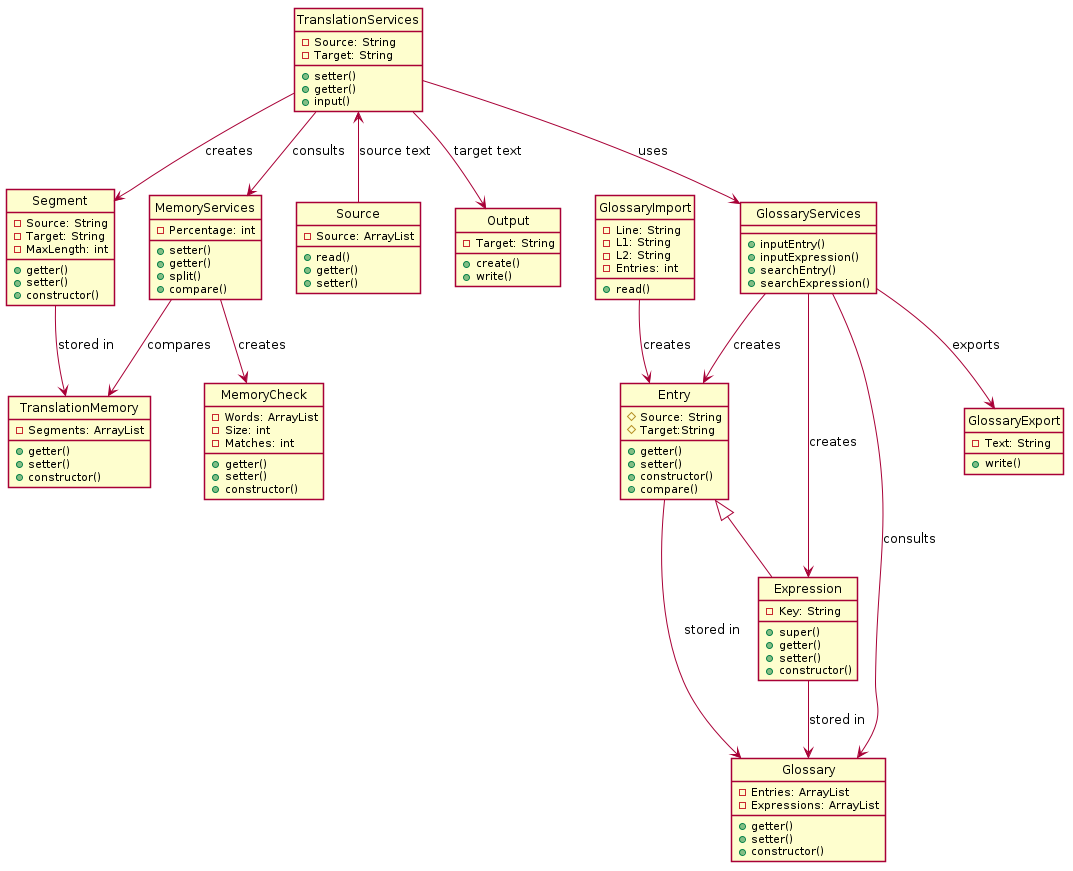
Before: out/sequence/OpenCATe.png, a diagram exported from PlantUML (emiestevarena/OpenCATe).
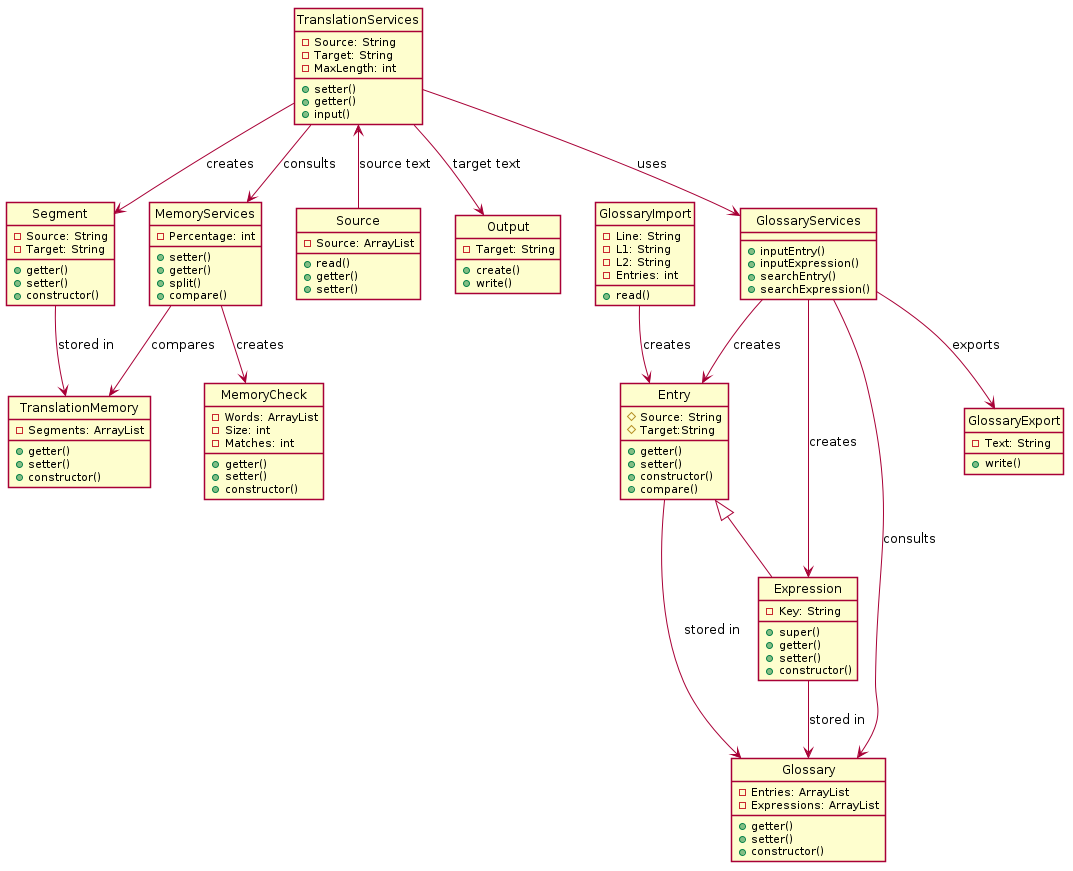
After the change.

Commit message:
classes diagram OK

The edit, as a diff of the source:
```diff
@@ -2,10 +2,10 @@
 skinparam   Style   strictuml
 skinparam   SequenceMessageAlignment center
 
+
 class Segment{
     -Source: String
     -Target: String
-    -MaxLength: int
     +getter()
     +setter()
     +constructor()
@@ -46,6 +46,7 @@
 class TranslationServices{
     -Source: String
     -Target: String
+    -MaxLength: int
     +setter()
     +getter()
     +input()
```
